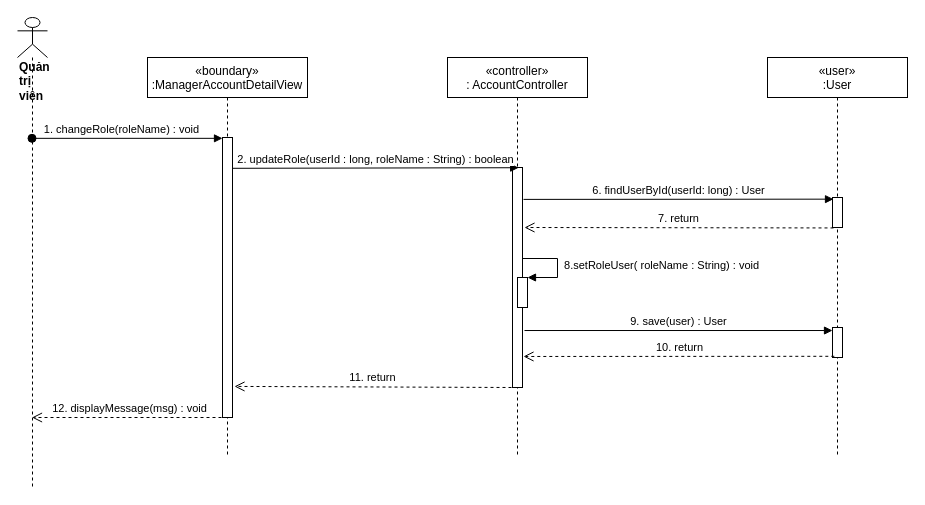
The draw.io diagram sequence diagram/view-setRoleUser-manager-sequence.drawio in nguyenphamvan/datn_20202, before the edit. Source tidied: cells renumbered, new cells numbered last; positions are measured from the earlier drawing's top-left corner, leaving out a move shared by most shapes. Both pictures are drawn from the tidied source at 100%, with x=0, y=0 at pixel (17, 17).
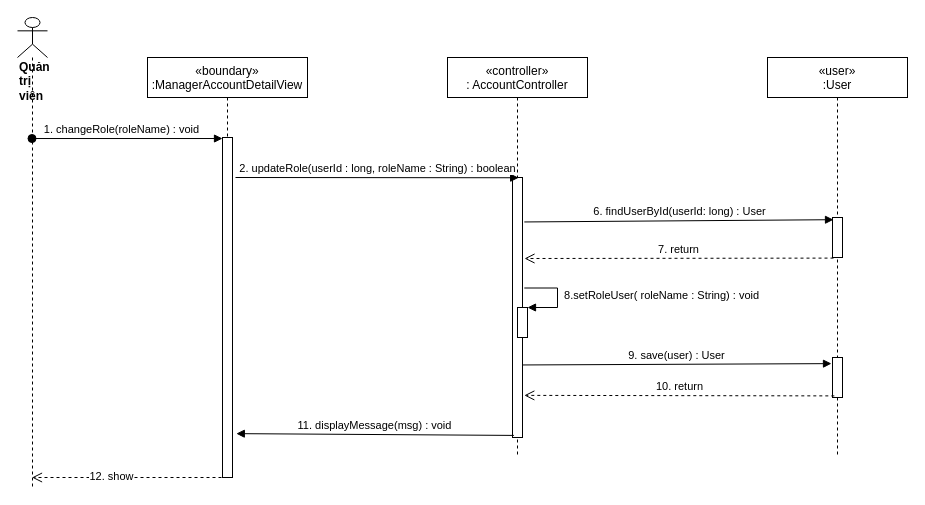
Above is the later version.

The change refers to these unchanged cells:
```xml
<mxCell id="2" value="«controller»&#10;: AccountController" style="shape=umlLifeline;perimeter=lifelinePerimeter;rounded=0;shadow=0;strokeWidth=1;" parent="1" vertex="1">
  <mxGeometry x="430" y="40" width="140" height="400" as="geometry" />
</mxCell>
<mxCell id="4" value="&lt;div&gt;&lt;b&gt;Quản trị viên&lt;/b&gt;&lt;/div&gt;" style="shape=umlLifeline;participant=umlActor;perimeter=lifelinePerimeter;whiteSpace=wrap;html=1;verticalAlign=top;spacingTop=36;outlineConnect=0;align=left;size=40;" parent="1" vertex="1">
  <mxGeometry width="30" height="470" as="geometry" />
</mxCell>
<mxCell id="7" value="«user»&#10;:User" style="shape=umlLifeline;perimeter=lifelinePerimeter;rounded=0;shadow=0;strokeWidth=1;" parent="1" vertex="1">
  <mxGeometry x="750" y="40" width="140" height="400" as="geometry" />
</mxCell>
```

Change to the diagram source:
```diff
@@
     <mxCell id="3" style="points=[];perimeter=orthogonalPerimeter;rounded=0;shadow=0;strokeWidth=1;" parent="2" vertex="1">
-      <mxGeometry x="65" y="110" width="10" height="220" as="geometry" />
+      <mxGeometry x="65" y="120" width="10" height="260" as="geometry" />
     </mxCell>
@@
-    <mxCell id="6" value="2. updateRole(userId : long, roleName : String) : boolean" style="html=1;verticalAlign=bottom;endArrow=block;entryX=0.617;entryY=0.001;entryDx=0;entryDy=0;entryPerimeter=0;exitX=1;exitY=0.11;exitDx=0;exitDy=0;exitPerimeter=0;" parent="1" edge="1" source="13" target="3">
-      <mxGeometry relative="1" as="geometry" />
+    <mxCell id="6" value="2. updateRole(userId : long, roleName : String) : boolean" style="html=1;verticalAlign=bottom;endArrow=block;entryX=0.617;entryY=0.001;entryDx=0;entryDy=0;entryPerimeter=0;" parent="1" edge="1" target="3">
+      <mxGeometry relative="1" as="geometry">
+        <mxPoint x="218" y="160" as="sourcePoint" />
+      </mxGeometry>
     </mxCell>
@@
     <mxCell id="8" style="points=[];perimeter=orthogonalPerimeter;rounded=0;shadow=0;strokeWidth=1;" parent="7" vertex="1">
-      <mxGeometry x="65" y="140" width="10" height="30" as="geometry" />
+      <mxGeometry x="65" y="160" width="10" height="40" as="geometry" />
     </mxCell>
     <mxCell id="9" style="html=1;points=[];perimeter=orthogonalPerimeter;" parent="7" vertex="1">
-      <mxGeometry x="65" y="270" width="10" height="30" as="geometry" />
+      <mxGeometry x="65" y="300" width="10" height="40" as="geometry" />
     </mxCell>
-    <mxCell id="10" value="6. findUserById(userId: long) : User" style="html=1;verticalAlign=bottom;endArrow=block;entryX=0.1;entryY=0.055;entryDx=0;entryDy=0;entryPerimeter=0;exitX=1.1;exitY=0.145;exitDx=0;exitDy=0;exitPerimeter=0;" parent="1" edge="1" source="3" target="8">
+    <mxCell id="10" value="6. findUserById(userId: long) : User" style="html=1;verticalAlign=bottom;endArrow=block;entryX=0.1;entryY=0.055;entryDx=0;entryDy=0;entryPerimeter=0;exitX=1.18;exitY=0.171;exitDx=0;exitDy=0;exitPerimeter=0;" parent="1" edge="1" source="3" target="8">
       <mxGeometry relative="1" as="geometry" />
     </mxCell>
     <mxCell id="11" value="7. return" style="html=1;verticalAlign=bottom;endArrow=open;dashed=1;endSize=8;exitX=0.1;exitY=1.015;exitDx=0;exitDy=0;exitPerimeter=0;" parent="1" edge="1" source="8">
       <mxGeometry relative="1" as="geometry">
-        <mxPoint x="507" y="210" as="targetPoint" />
+        <mxPoint x="507" y="241" as="targetPoint" />
       </mxGeometry>
     </mxCell>
     <mxCell id="12" value="«boundary»&#10;:ManagerAccountDetailView" style="shape=umlLifeline;perimeter=lifelinePerimeter;rounded=0;shadow=0;strokeWidth=1;" parent="1" vertex="1">
-      <mxGeometry x="130" y="40" width="160" height="400" as="geometry" />
+      <mxGeometry x="130" y="40" width="160" height="420" as="geometry" />
     </mxCell>
     <mxCell id="13" style="points=[];perimeter=orthogonalPerimeter;rounded=0;shadow=0;strokeWidth=1;" parent="12" vertex="1">
-      <mxGeometry x="75" y="80" width="10" height="280" as="geometry" />
+      <mxGeometry x="75" y="80" width="10" height="340" as="geometry" />
     </mxCell>
-    <mxCell id="14" value="9. save(user) : User" style="html=1;verticalAlign=bottom;endArrow=block;exitX=1.2;exitY=0.741;exitDx=0;exitDy=0;exitPerimeter=0;" parent="1" edge="1" source="3" target="9">
+    <mxCell id="14" value="9. save(user) : User" style="html=1;verticalAlign=bottom;endArrow=block;exitX=1.02;exitY=0.721;exitDx=0;exitDy=0;exitPerimeter=0;entryX=-0.1;entryY=0.153;entryDx=0;entryDy=0;entryPerimeter=0;" parent="1" edge="1" source="3" target="9">
       <mxGeometry relative="1" as="geometry" />
     </mxCell>
-    <mxCell id="15" value="10. return" style="html=1;verticalAlign=bottom;endArrow=open;dashed=1;endSize=8;exitX=0.18;exitY=0.96;exitDx=0;exitDy=0;exitPerimeter=0;entryX=1.1;entryY=0.859;entryDx=0;entryDy=0;entryPerimeter=0;" parent="1" edge="1" source="9" target="3">
+    <mxCell id="15" value="10. return" style="html=1;verticalAlign=bottom;endArrow=open;dashed=1;endSize=8;exitX=0.18;exitY=0.96;exitDx=0;exitDy=0;exitPerimeter=0;entryX=1.18;entryY=0.838;entryDx=0;entryDy=0;entryPerimeter=0;" parent="1" edge="1" source="9" target="3">
       <mxGeometry relative="1" as="geometry" />
     </mxCell>
     <mxCell id="16" style="html=1;points=[];perimeter=orthogonalPerimeter;" parent="1" vertex="1">
-      <mxGeometry x="500" y="260" width="10" height="30" as="geometry" />
+      <mxGeometry x="500" y="290" width="10" height="30" as="geometry" />
     </mxCell>
-    <mxCell id="17" value="&amp;nbsp;8.setRoleUser( roleName : String) : void" style="edgeStyle=orthogonalEdgeStyle;html=1;align=left;spacingLeft=2;endArrow=block;rounded=0;entryX=1;entryY=0;" parent="1" edge="1" target="16">
+    <mxCell id="17" value="&amp;nbsp;8.setRoleUser( roleName : String) : void" style="edgeStyle=orthogonalEdgeStyle;html=1;align=left;spacingLeft=2;endArrow=block;rounded=0;entryX=1;entryY=0;exitX=1.18;exitY=0.425;exitDx=0;exitDy=0;exitPerimeter=0;" parent="1" edge="1" source="3" target="16">
       <mxGeometry relative="1" as="geometry">
-        <mxPoint x="505" y="241" as="sourcePoint" />
         <Array as="points">
-          <mxPoint x="540" y="241" />
-          <mxPoint x="540" y="260" />
+          <mxPoint x="540" y="271" />
+          <mxPoint x="540" y="290" />
         </Array>
       </mxGeometry>
     </mxCell>
+    <mxCell id="19" style="html=1;verticalAlign=bottom;endArrow=open;dashed=1;endSize=8;exitX=0.5;exitY=1;exitDx=0;exitDy=0;exitPerimeter=0;" parent="1" edge="1" source="13" target="4">
+      <mxGeometry relative="1" as="geometry" />
+    </mxCell>
+    <mxCell id="20" value="12. show" style="edgeLabel;html=1;align=center;verticalAlign=middle;" parent="19" vertex="1">
+      <mxGeometry x="0.2" y="-2" relative="1" as="geometry" />
+    </mxCell>
-    <mxCell id="18" value="11. return" style="html=1;verticalAlign=bottom;endArrow=open;dashed=1;endSize=8;entryX=1.2;entryY=0.889;entryDx=0;entryDy=0;entryPerimeter=0;exitX=-0.1;exitY=1;exitDx=0;exitDy=0;exitPerimeter=0;" parent="1" edge="1" source="3" target="13">
+    <mxCell id="18" value="11. displayMessage(msg) : void" style="html=1;verticalAlign=bottom;endArrow=block;exitX=0.14;exitY=0.992;exitDx=0;exitDy=0;exitPerimeter=0;entryX=1.38;entryY=0.871;entryDx=0;entryDy=0;entryPerimeter=0;" parent="1" edge="1" source="3" target="13">
       <mxGeometry relative="1" as="geometry" />
     </mxCell>
-    <mxCell id="19" value="12. displayMessage(msg) : void" style="html=1;verticalAlign=bottom;endArrow=open;dashed=1;endSize=8;exitX=0.5;exitY=1;exitDx=0;exitDy=0;exitPerimeter=0;" parent="1" edge="1" source="13" target="4">
-      <mxGeometry relative="1" as="geometry" />
-    </mxCell>
```
